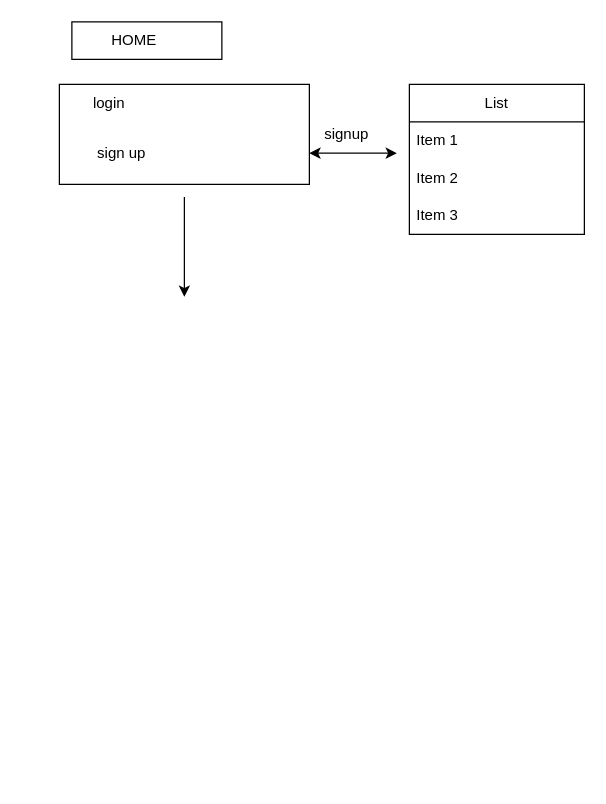
Above: Untitled Diagram.drawio in onyangojerry/Musico (draw.io), before the change. Source tidied: cells renumbered, new cells numbered last; positions are measured from the earlier drawing's top-left corner, leaving out a move shared by most shapes. Both pictures are drawn from the tidied source at 125%, with x=0, y=0 at pixel (59, 21).
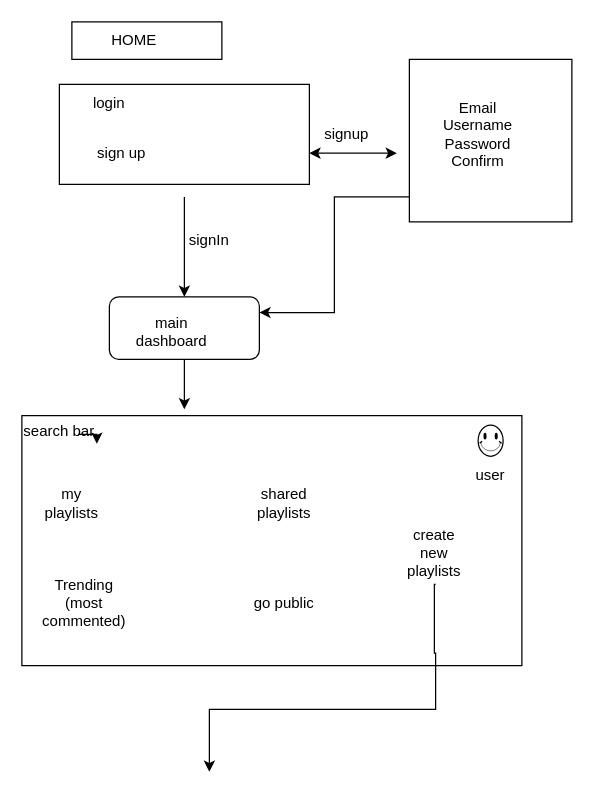
After the change.

The edit, as a diff of the source:
```diff
@@
-    <mxCell id="10" value="List" style="swimlane;fontStyle=0;horizontal=1;startSize=30;whiteSpace=wrap;html=1;" parent="1" vertex="1">
-      <mxGeometry x="280" y="50" width="140" height="120" as="geometry" />
-    </mxCell>
-    <mxCell id="11" value="Item 1" style="text;strokeColor=none;fillColor=none;align=left;verticalAlign=middle;spacingLeft=4;spacingRight=4;overflow=hidden;whiteSpace=wrap;html=1;" parent="10" vertex="1">
-      <mxGeometry y="30" width="140" height="30" as="geometry" />
-    </mxCell>
-    <mxCell id="12" value="Item 2" style="text;strokeColor=none;fillColor=none;align=left;verticalAlign=middle;spacingLeft=4;spacingRight=4;overflow=hidden;whiteSpace=wrap;html=1;" parent="10" vertex="1">
-      <mxGeometry y="60" width="140" height="30" as="geometry" />
-    </mxCell>
-    <mxCell id="13" value="Item 3" style="text;strokeColor=none;fillColor=none;align=left;verticalAlign=middle;spacingLeft=4;spacingRight=4;overflow=hidden;whiteSpace=wrap;html=1;" parent="10" vertex="1">
-      <mxGeometry y="90" width="140" height="30" as="geometry" />
-    </mxCell>
+    <mxCell id="14" style="edgeStyle=orthogonalEdgeStyle;rounded=0;jettySize=auto;html=1;entryX=1;entryY=0.25;entryDx=0;entryDy=0;" parent="1" edge="1" source="15" target="19">
+      <mxGeometry relative="1" as="geometry">
+        <Array as="points">
+          <mxPoint x="220" y="140" />
+          <mxPoint x="220" y="233" />
+        </Array>
+      </mxGeometry>
+    </mxCell>
+    <mxCell id="15" style="whiteSpace=wrap;html=1;" parent="1" vertex="1">
+      <mxGeometry x="280" y="30" width="130" height="130" as="geometry" />
+    </mxCell>
+    <mxCell id="16" value="Email&lt;div&gt;Username&lt;/div&gt;&lt;div&gt;Password&lt;/div&gt;&lt;div&gt;Confirm&lt;/div&gt;" style="text;strokeColor=none;align=center;fillColor=none;html=1;verticalAlign=middle;whiteSpace=wrap;rounded=0;" parent="1" vertex="1">
+      <mxGeometry x="260" y="55" width="150" height="70" as="geometry" />
+    </mxCell>
+    <mxCell id="17" value="signIn" style="text;strokeColor=none;align=center;fillColor=none;html=1;verticalAlign=middle;whiteSpace=wrap;rounded=0;" parent="1" vertex="1">
+      <mxGeometry x="90" y="160" width="60" height="30" as="geometry" />
+    </mxCell>
+    <mxCell id="18" style="edgeStyle=orthogonalEdgeStyle;rounded=0;jettySize=auto;html=1;" parent="1" edge="1" source="19">
+      <mxGeometry relative="1" as="geometry">
+        <mxPoint x="100" y="310" as="targetPoint" />
+      </mxGeometry>
+    </mxCell>
+    <mxCell id="19" style="rounded=1;whiteSpace=wrap;html=1;" parent="1" vertex="1">
+      <mxGeometry x="40" y="220" width="120" height="50" as="geometry" />
+    </mxCell>
+    <mxCell id="20" value="main dashboard" style="text;strokeColor=none;align=center;fillColor=none;html=1;verticalAlign=middle;whiteSpace=wrap;rounded=0;" parent="1" vertex="1">
+      <mxGeometry x="60" y="235" width="60" height="25" as="geometry" />
+    </mxCell>
+    <mxCell id="21" style="rounded=0;whiteSpace=wrap;html=1;" parent="1" vertex="1">
+      <mxGeometry x="-30" y="315" width="400" height="200" as="geometry" />
+    </mxCell>
+    <mxCell id="22" value="search bar&lt;div&gt;&lt;br&gt;&lt;/div&gt;" style="text;strokeColor=none;align=center;fillColor=none;html=1;verticalAlign=middle;whiteSpace=wrap;rounded=0;" parent="1" vertex="1">
+      <mxGeometry x="-30" y="330" width="60" height="10" as="geometry" />
+    </mxCell>
+    <mxCell id="23" value="my playlists" style="text;strokeColor=none;align=center;fillColor=none;html=1;verticalAlign=middle;whiteSpace=wrap;rounded=0;" parent="1" vertex="1">
+      <mxGeometry x="-20" y="370" width="60" height="30" as="geometry" />
+    </mxCell>
+    <mxCell id="24" value="shared playlists" style="text;strokeColor=none;align=center;fillColor=none;html=1;verticalAlign=middle;whiteSpace=wrap;rounded=0;" parent="1" vertex="1">
+      <mxGeometry x="150" y="370" width="60" height="30" as="geometry" />
+    </mxCell>
+    <mxCell id="25" value="Trending (most commented)" style="text;strokeColor=none;align=center;fillColor=none;html=1;verticalAlign=middle;whiteSpace=wrap;rounded=0;" parent="1" vertex="1">
+      <mxGeometry x="-10" y="450" width="60" height="30" as="geometry" />
+    </mxCell>
+    <mxCell id="26" value="go public" style="text;strokeColor=none;align=center;fillColor=none;html=1;verticalAlign=middle;whiteSpace=wrap;rounded=0;" parent="1" vertex="1">
+      <mxGeometry x="150" y="450" width="60" height="30" as="geometry" />
+    </mxCell>
+    <mxCell id="27" style="edgeStyle=orthogonalEdgeStyle;rounded=0;orthogonalLoop=1;jettySize=auto;html=1;exitX=0.75;exitY=0;exitDx=0;exitDy=0;entryX=1;entryY=0.75;entryDx=0;entryDy=0;" parent="1" edge="1" source="22" target="22">
+      <mxGeometry relative="1" as="geometry" />
+    </mxCell>
+    <mxCell id="28" style="verticalLabelPosition=bottom;verticalAlign=top;html=1;shape=mxgraph.basic.smiley;" parent="1" vertex="1">
+      <mxGeometry x="335" y="322.5" width="20" height="25" as="geometry" />
+    </mxCell>
+    <mxCell id="29" value="user" style="text;strokeColor=none;align=center;fillColor=none;html=1;verticalAlign=middle;whiteSpace=wrap;rounded=0;" parent="1" vertex="1">
+      <mxGeometry x="315" y="347.5" width="60" height="30" as="geometry" />
+    </mxCell>
+    <mxCell id="30" style="edgeStyle=orthogonalEdgeStyle;rounded=0;orthogonalLoop=1;jettySize=auto;html=1;" parent="1" edge="1">
+      <mxGeometry relative="1" as="geometry">
+        <mxPoint x="301" y="450" as="sourcePoint" />
+        <mxPoint x="120" y="600" as="targetPoint" />
+        <Array as="points">
+          <mxPoint x="300" y="505" />
+          <mxPoint x="301" y="505" />
+          <mxPoint x="301" y="550" />
+          <mxPoint x="120" y="550" />
+        </Array>
+      </mxGeometry>
+    </mxCell>
+    <mxCell id="31" value="create new playlists" style="text;strokeColor=none;align=center;fillColor=none;html=1;verticalAlign=middle;whiteSpace=wrap;rounded=0;" parent="1" vertex="1">
+      <mxGeometry x="270" y="410" width="60" height="30" as="geometry" />
+    </mxCell>
```
